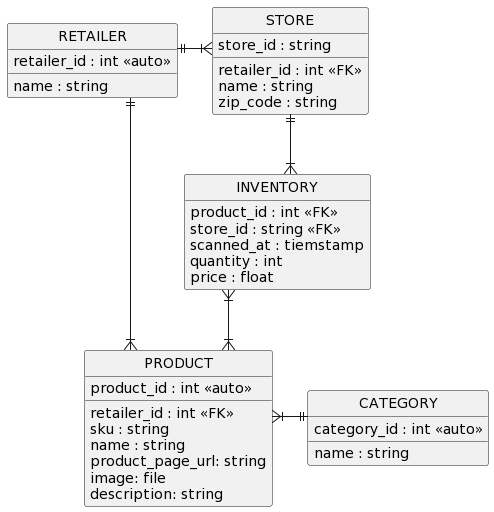
Earlier version of the PlantUML export out/docs/plantuml/rdbms-physical-data-model.png (loudinb/tcr-matl-pa).
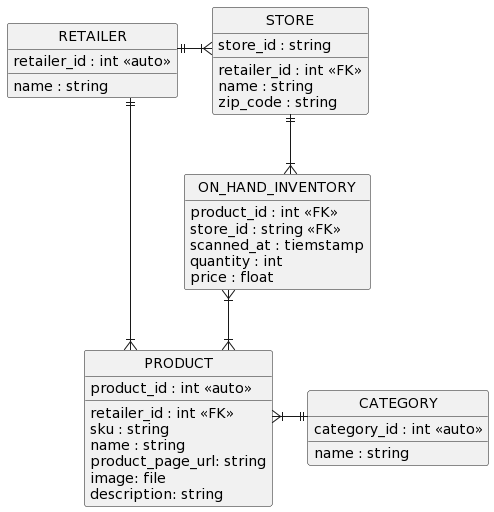
Later version of the same file.

The edit, as a diff of the source:
```diff
@@ -29,15 +29,15 @@
     __
     name : string
 }
-entity INVENTORY {
+entity ON_HAND_INVENTORY {
     product_id : int <<FK>>
     store_id : string <<FK>>
     scanned_at : tiemstamp
     quantity : int
     price : float
 }
-STORE ||--|{ INVENTORY
-INVENTORY }|--|{ PRODUCT
+STORE ||--|{ ON_HAND_INVENTORY
+ON_HAND_INVENTORY }|--|{ PRODUCT
 PRODUCT }|--|| CATEGORY
 RETAILER ||--|{ STORE
 RETAILER ||--|{ PRODUCT
```
